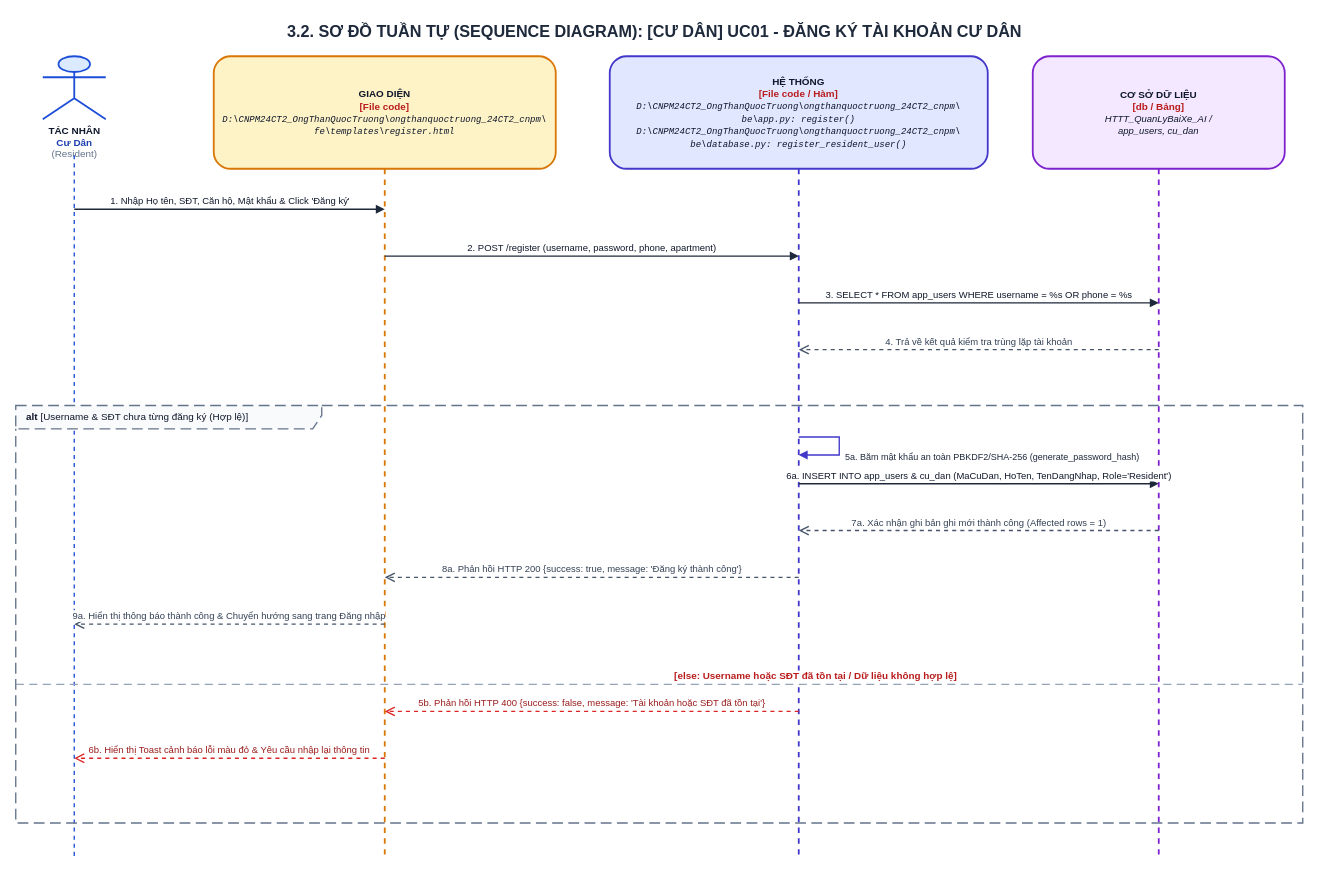
This is ongthanquoctruong_24CT2_cnpm/docs/drawio/uc01_resident_register.drawio from Truong027/CNPM24, a draw.io file, before an edit. Source tidied: cells renumbered, new cells numbered last; positions are measured from the earlier drawing's top-left corner, leaving out a move shared by most shapes. Both pictures are drawn from the tidied source at 90%, with x=0, y=0 at pixel (15, 15).
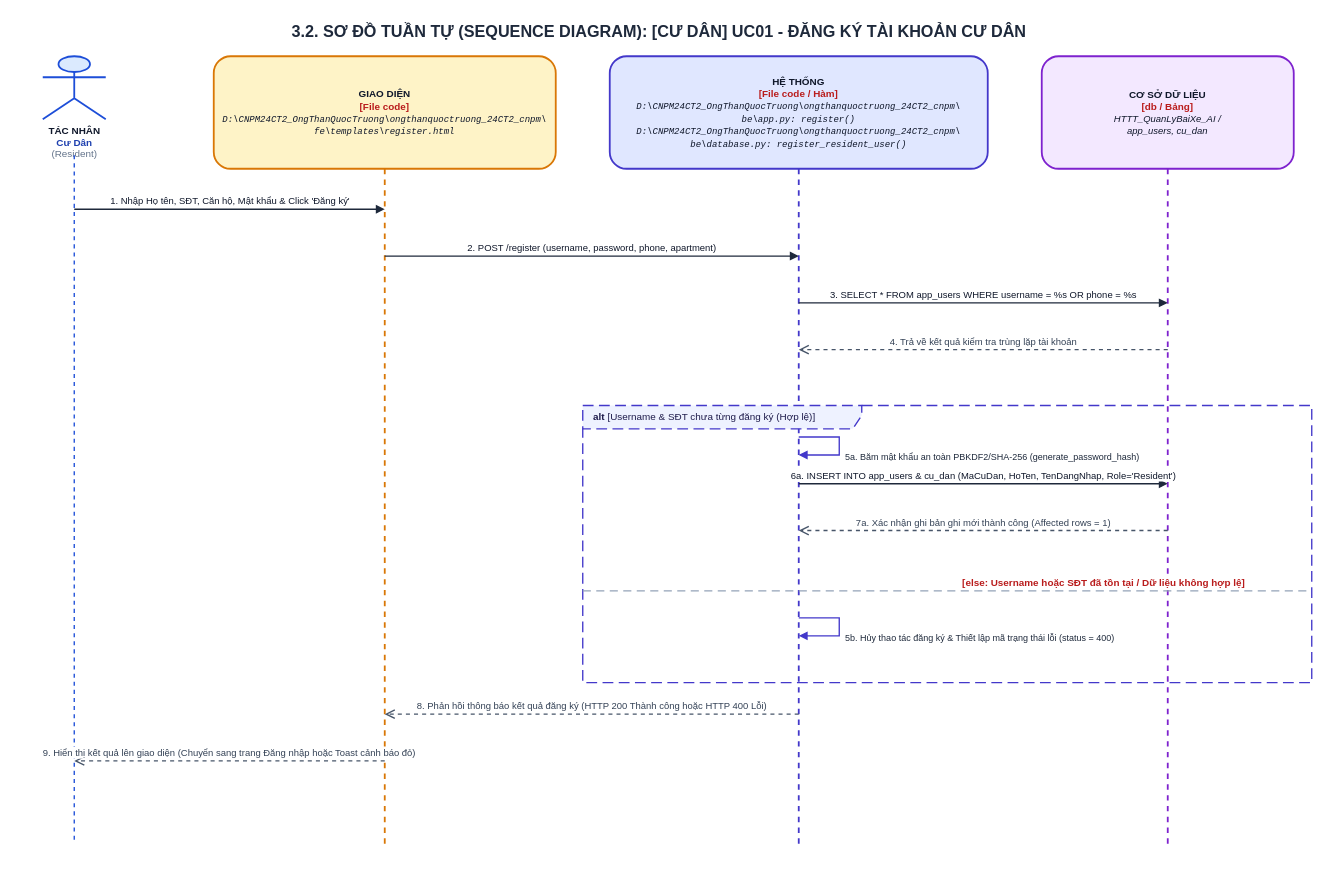
After the change.

What changed in the source:
```diff
@@
     <mxCell id="2" value="&lt;b&gt;3.2. SƠ ĐỒ TUẦN TỰ (SEQUENCE DIAGRAM): [CƯ DÂN] UC01 - ĐĂNG KÝ TÀI KHOẢN CƯ DÂN&lt;/b&gt;" style="text;html=1;strokeColor=none;fillColor=none;align=center;verticalAlign=middle;whiteSpace=wrap;rounded=0;fontSize=18;fontColor=#1E293B;fontStyle=1;" parent="1" vertex="1">
-      <mxGeometry width="1420" height="35" as="geometry" />
+      <mxGeometry width="1430" height="35" as="geometry" />
     </mxCell>
@@
     <mxCell id="4" style="endArrow=none;dashed=1;html=1;strokeWidth=1.5;strokeColor=#1D4ED8;" parent="1" edge="1">
       <mxGeometry relative="1" as="geometry">
         <mxPoint x="65" y="155" as="sourcePoint" />
-        <mxPoint x="65" y="937" as="targetPoint" />
+        <mxPoint x="65" y="920" as="targetPoint" />
       </mxGeometry>
     </mxCell>
     <mxCell id="5" value="&lt;b&gt;GIAO DIỆN&lt;/b&gt;&lt;br/&gt;&lt;font color='#B91C1C'&gt;&lt;b&gt;[File code]&lt;/b&gt;&lt;/font&gt;&lt;br/&gt;&lt;font style='font-size: 10px; font-family: Consolas, monospace;'&gt;&lt;i&gt;D:\CNPM24CT2_OngThanQuocTruong\ongthanquoctruong_24CT2_cnpm\&lt;br/&gt;fe\templates\register.html&lt;/i&gt;&lt;/font&gt;" style="shape=umlLifeline;perimeter=lifelinePerimeter;whiteSpace=wrap;html=1;size=125;fillColor=#FEF3C7;strokeColor=#D97706;strokeWidth=2;fontColor=#0F172A;rounded=1;shadow=0;fontSize=11;align=center;" parent="1" vertex="1">
-      <mxGeometry x="220" y="45" width="380" height="892" as="geometry" />
+      <mxGeometry x="220" y="45" width="380" height="875" as="geometry" />
     </mxCell>
     <mxCell id="6" value="&lt;b&gt;HỆ THỐNG&lt;/b&gt;&lt;br/&gt;&lt;font color='#B91C1C'&gt;&lt;b&gt;[File code / Hàm]&lt;/b&gt;&lt;/font&gt;&lt;br/&gt;&lt;font style='font-size: 10px; font-family: Consolas, monospace;'&gt;&lt;i&gt;D:\CNPM24CT2_OngThanQuocTruong\ongthanquoctruong_24CT2_cnpm\&lt;br/&gt;be\app.py: register()&lt;br/&gt;D:\CNPM24CT2_OngThanQuocTruong\ongthanquoctruong_24CT2_cnpm\&lt;br/&gt;be\database.py: register_resident_user()&lt;/i&gt;&lt;/font&gt;" style="shape=umlLifeline;perimeter=lifelinePerimeter;whiteSpace=wrap;html=1;size=125;fillColor=#E0E7FF;strokeColor=#4338CA;strokeWidth=2;fontColor=#0F172A;rounded=1;shadow=0;fontSize=11;align=center;" parent="1" vertex="1">
-      <mxGeometry x="660" y="45" width="420" height="892" as="geometry" />
+      <mxGeometry x="660" y="45" width="420" height="875" as="geometry" />
     </mxCell>
     <mxCell id="7" value="&lt;b&gt;CƠ SỞ DỮ LIỆU&lt;/b&gt;&lt;br/&gt;&lt;font color='#B91C1C'&gt;&lt;b&gt;[db / Bảng]&lt;/b&gt;&lt;/font&gt;&lt;br/&gt;&lt;font style='font-size: 10.5px;'&gt;&lt;i&gt;HTTT_QuanLyBaiXe_AI /&lt;br/&gt;app_users, cu_dan&lt;/i&gt;&lt;/font&gt;" style="shape=umlLifeline;perimeter=lifelinePerimeter;whiteSpace=wrap;html=1;size=125;fillColor=#F3E8FF;strokeColor=#7E22CE;strokeWidth=2;fontColor=#0F172A;rounded=1;shadow=0;fontSize=11;align=center;" parent="1" vertex="1">
-      <mxGeometry x="1130" y="45" width="280" height="892" as="geometry" />
+      <mxGeometry x="1140" y="45" width="280" height="875" as="geometry" />
     </mxCell>
@@
     <mxCell id="10" value="3. SELECT * FROM app_users WHERE username = %s OR phone = %s" style="html=1;verticalAlign=bottom;endArrow=block;rounded=0;strokeColor=#1E293B;strokeWidth=1.5;fontColor=#0F172A;fontSize=10.5;" parent="1" edge="1">
       <mxGeometry relative="1" as="geometry">
         <mxPoint x="870" y="319" as="sourcePoint" />
-        <mxPoint x="1270" y="319" as="targetPoint" />
+        <mxPoint x="1280" y="319" as="targetPoint" />
       </mxGeometry>
     </mxCell>
     <mxCell id="11" value="4. Trả về kết quả kiểm tra trùng lặp tài khoản" style="html=1;verticalAlign=bottom;endArrow=open;dashed=1;endSize=8;rounded=0;strokeColor=#475569;strokeWidth=1.5;fontColor=#334155;fontSize=10.5;" parent="1" edge="1">
       <mxGeometry relative="1" as="geometry">
-        <mxPoint x="1270" y="371" as="sourcePoint" />
+        <mxPoint x="1280" y="371" as="sourcePoint" />
         <mxPoint x="870" y="371" as="targetPoint" />
       </mxGeometry>
     </mxCell>
-    <mxCell id="12" value="&lt;b&gt;alt&lt;/b&gt; [Username &amp; SĐT chưa từng đăng ký (Hợp lệ)]" style="shape=umlFrame;whiteSpace=wrap;html=1;width=340;height=26;dashed=1;dashPattern=8 4;strokeColor=#64748B;fillColor=#F8FAFC;strokeWidth=1.5;align=left;spacingLeft=10;verticalAlign=top;fontStyle=0;fontSize=11;fontColor=#0F172A;" parent="1" vertex="1">
-      <mxGeometry y="433" width="1430" height="464" as="geometry" />
+    <mxCell id="12" value="&lt;b&gt;alt&lt;/b&gt; [Username &amp; SĐT chưa từng đăng ký (Hợp lệ)]" style="shape=umlFrame;whiteSpace=wrap;html=1;width=310;height=26;dashed=1;dashPattern=8 4;strokeColor=#4338CA;fillColor=#EEF2FF;strokeWidth=1.5;align=left;spacingLeft=10;verticalAlign=top;fontStyle=0;fontSize=11;fontColor=#1E1B4B;" parent="1" vertex="1">
+      <mxGeometry x="630" y="433" width="810" height="308" as="geometry" />
     </mxCell>
@@
     <mxCell id="14" value="6a. INSERT INTO app_users &amp; cu_dan (MaCuDan, HoTen, TenDangNhap, Role='Resident')" style="html=1;verticalAlign=bottom;endArrow=block;rounded=0;strokeColor=#1E293B;strokeWidth=1.5;fontColor=#0F172A;fontSize=10.5;" parent="1" edge="1">
       <mxGeometry relative="1" as="geometry">
         <mxPoint x="870" y="520" as="sourcePoint" />
-        <mxPoint x="1270" y="520" as="targetPoint" />
+        <mxPoint x="1280" y="520" as="targetPoint" />
       </mxGeometry>
     </mxCell>
     <mxCell id="15" value="7a. Xác nhận ghi bản ghi mới thành công (Affected rows = 1)" style="html=1;verticalAlign=bottom;endArrow=open;dashed=1;endSize=8;rounded=0;strokeColor=#475569;strokeWidth=1.5;fontColor=#334155;fontSize=10.5;" parent="1" edge="1">
       <mxGeometry relative="1" as="geometry">
-        <mxPoint x="1270" y="572" as="sourcePoint" />
+        <mxPoint x="1280" y="572" as="sourcePoint" />
         <mxPoint x="870" y="572" as="targetPoint" />
       </mxGeometry>
     </mxCell>
-    <mxCell id="16" value="8a. Phản hồi HTTP 200 {success: true, message: 'Đăng ký thành công'}" style="html=1;verticalAlign=bottom;endArrow=open;dashed=1;endSize=8;rounded=0;strokeColor=#475569;strokeWidth=1.5;fontColor=#334155;fontSize=10.5;" parent="1" edge="1">
-      <mxGeometry relative="1" as="geometry">
-        <mxPoint x="870" y="624" as="sourcePoint" />
-        <mxPoint x="410" y="624" as="targetPoint" />
-      </mxGeometry>
-    </mxCell>
-    <mxCell id="17" value="9a. Hiển thị thông báo thành công &amp; Chuyển hướng sang trang Đăng nhập" style="html=1;verticalAlign=bottom;endArrow=open;dashed=1;endSize=8;rounded=0;strokeColor=#475569;strokeWidth=1.5;fontColor=#334155;fontSize=10.5;" parent="1" edge="1">
-      <mxGeometry relative="1" as="geometry">
-        <mxPoint x="410" y="676" as="sourcePoint" />
-        <mxPoint x="65" y="676" as="targetPoint" />
-      </mxGeometry>
-    </mxCell>
     <mxCell id="18" value="&lt;b&gt;[else: Username hoặc SĐT đã tồn tại / Dữ liệu không hợp lệ]&lt;/b&gt;" style="html=1;strokeWidth=1.5;strokeColor=#94A3B8;dashed=1;dashPattern=6 4;endArrow=none;align=left;verticalAlign=bottom;spacingLeft=15;fontColor=#B91C1C;fontSize=11;fontStyle=0;" parent="1" edge="1">
       <mxGeometry relative="1" as="geometry">
-        <mxPoint y="743" as="sourcePoint" />
-        <mxPoint x="1430" y="743" as="targetPoint" />
+        <mxPoint x="630" y="639" as="sourcePoint" />
+        <mxPoint x="1440" y="639" as="targetPoint" />
       </mxGeometry>
     </mxCell>
-    <mxCell id="19" value="5b. Phản hồi HTTP 400 {success: false, message: 'Tài khoản hoặc SĐT đã tồn tại'}" style="html=1;verticalAlign=bottom;endArrow=open;dashed=1;endSize=8;rounded=0;strokeColor=#DC2626;strokeWidth=1.5;fontColor=#991B1B;fontSize=10.5;" parent="1" edge="1">
+    <mxCell id="19" value="5b. Hủy thao tác đăng ký &amp; Thiết lập mã trạng thái lỗi (status = 400)" style="html=1;align=left;spacingLeft=5;verticalAlign=top;endArrow=block;rounded=0;edgeStyle=orthogonalEdgeStyle;curved=0;strokeColor=#4338CA;strokeWidth=1.5;fontColor=#1E293B;fontSize=10;" parent="1" edge="1">
       <mxGeometry relative="1" as="geometry">
-        <mxPoint x="870" y="773" as="sourcePoint" />
-        <mxPoint x="410" y="773" as="targetPoint" />
+        <mxPoint x="870" y="669" as="sourcePoint" />
+        <mxPoint x="870" y="689" as="targetPoint" />
+        <Array as="points">
+          <mxPoint x="915" y="669" />
+          <mxPoint x="915" y="689" />
+        </Array>
       </mxGeometry>
     </mxCell>
-    <mxCell id="20" value="6b. Hiển thị Toast cảnh báo lỗi màu đỏ &amp; Yêu cầu nhập lại thông tin" style="html=1;verticalAlign=bottom;endArrow=open;dashed=1;endSize=8;rounded=0;strokeColor=#DC2626;strokeWidth=1.5;fontColor=#991B1B;fontSize=10.5;" parent="1" edge="1">
-      <mxGeometry relative="1" as="geometry">
-        <mxPoint x="410" y="825" as="sourcePoint" />
-        <mxPoint x="65" y="825" as="targetPoint" />
-      </mxGeometry>
-    </mxCell>
+    <mxCell id="21" value="8. Phản hồi thông báo kết quả đăng ký (HTTP 200 Thành công hoặc HTTP 400 Lỗi)" style="html=1;verticalAlign=bottom;endArrow=open;dashed=1;endSize=8;rounded=0;strokeColor=#475569;strokeWidth=1.5;fontColor=#334155;fontSize=10.5;" parent="1" edge="1">
+      <mxGeometry relative="1" as="geometry">
+        <mxPoint x="870" y="776" as="sourcePoint" />
+        <mxPoint x="410" y="776" as="targetPoint" />
+      </mxGeometry>
+    </mxCell>
+    <mxCell id="22" value="9. Hiển thị kết quả lên giao diện (Chuyển sang trang Đăng nhập hoặc Toast cảnh báo đỏ)" style="html=1;verticalAlign=bottom;endArrow=open;dashed=1;endSize=8;rounded=0;strokeColor=#475569;strokeWidth=1.5;fontColor=#334155;fontSize=10.5;" parent="1" edge="1">
+      <mxGeometry relative="1" as="geometry">
+        <mxPoint x="410" y="828" as="sourcePoint" />
+        <mxPoint x="65" y="828" as="targetPoint" />
+      </mxGeometry>
+    </mxCell>
```
